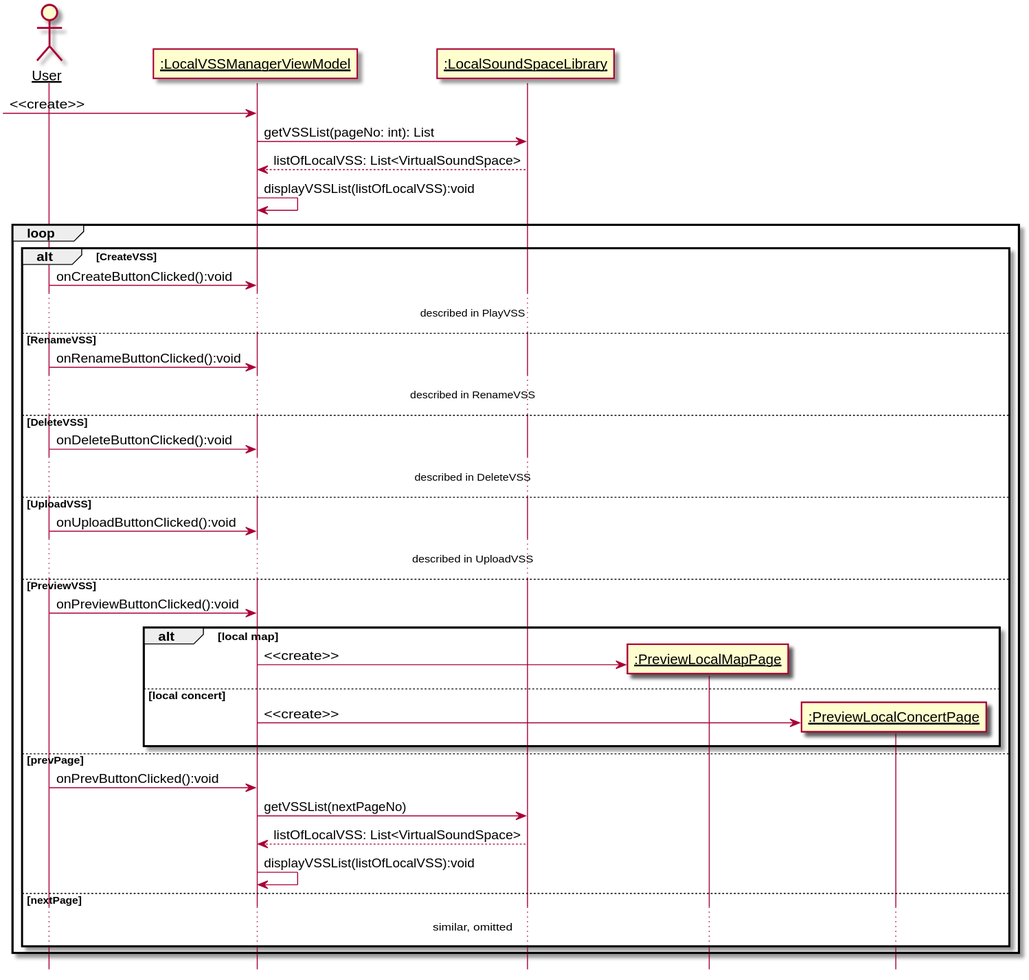
Above: 设计/Diagrams/ManageLocalVSSLibrary.svg in kpp19920121/doc (PlantUML), before the change.
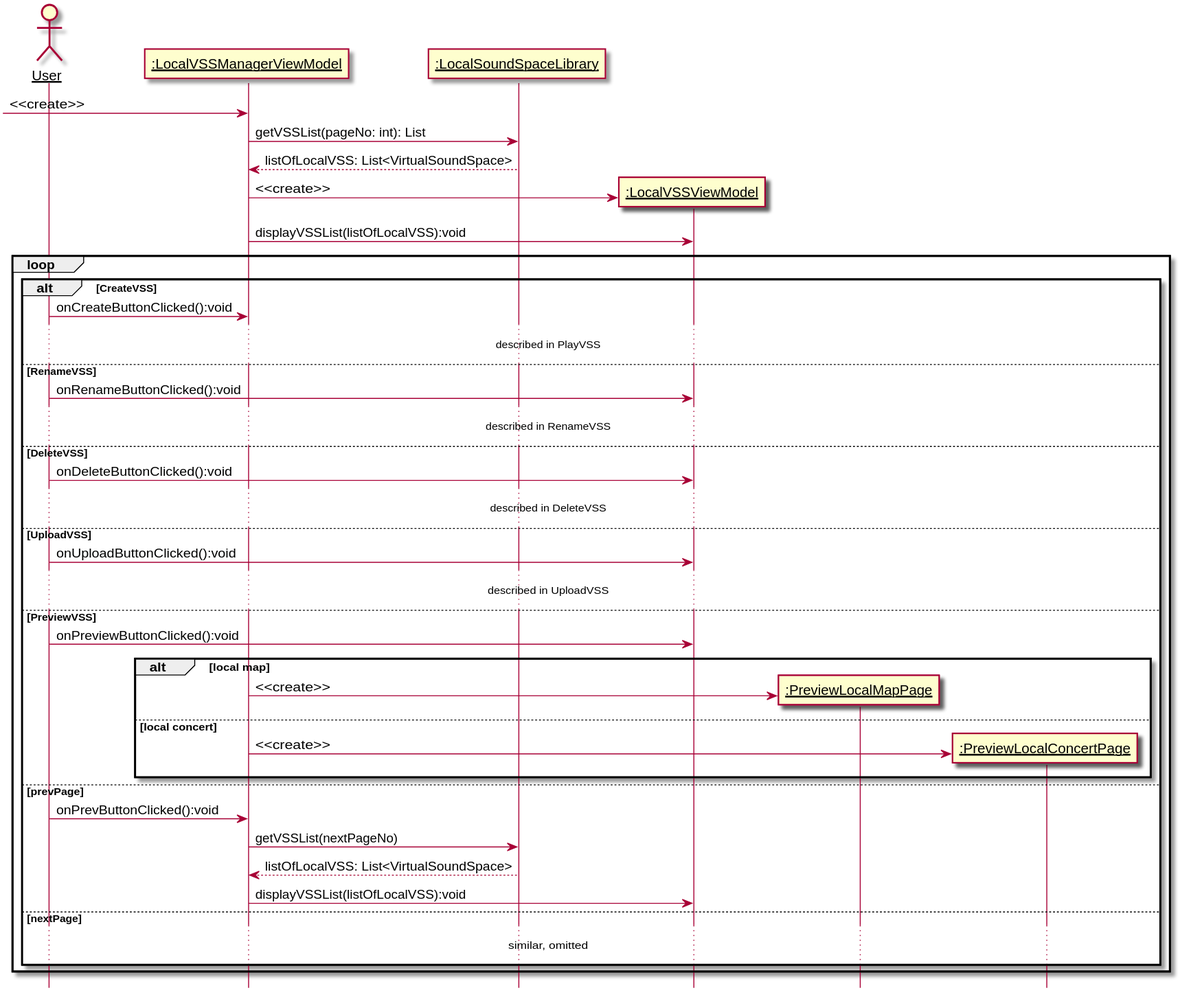
After the change.

Change to the diagram source:
```diff
@@ -10,23 +10,26 @@
 [-> boundary: <<create>>
 boundary -> library: getVSSList(pageNo: int): List
 library --> boundary: listOfLocalVSS: List<VirtualSoundSpace>
-boundary -> boundary: displayVSSList(listOfLocalVSS):void
+participant ":LocalVSSViewModel" as lvvw
+create lvvw
+boundary -> lvvw: <<create>>
+boundary -> lvvw: displayVSSList(listOfLocalVSS):void
 
 loop
     alt CreateVSS
         user -> boundary: onCreateButtonClicked():void
         ...described in PlayVSS...
     else RenameVSS
-        user -> boundary: onRenameButtonClicked():void
+        user -> lvvw: onRenameButtonClicked():void
         ...described in RenameVSS...
     else DeleteVSS
-        user -> boundary: onDeleteButtonClicked():void
+        user -> lvvw: onDeleteButtonClicked():void
         ...described in DeleteVSS...
     else UploadVSS
-        user -> boundary: onUploadButtonClicked():void
+        user -> lvvw: onUploadButtonClicked():void
         ...described in UploadVSS...
     else PreviewVSS
-        user -> boundary: onPreviewButtonClicked():void
+        user -> lvvw: onPreviewButtonClicked():void
         alt local map
             participant ":PreviewLocalMapPage" as plmp
             create plmp
@@ -41,7 +44,7 @@
         user -> boundary: onPrevButtonClicked():void
         boundary -> library: getVSSList(nextPageNo)
         library --> boundary: listOfLocalVSS: List<VirtualSoundSpace>
-        boundary -> boundary: displayVSSList(listOfLocalVSS):void
+        boundary -> lvvw: displayVSSList(listOfLocalVSS):void
     else nextPage
     ...similar, omitted...
     end
```
